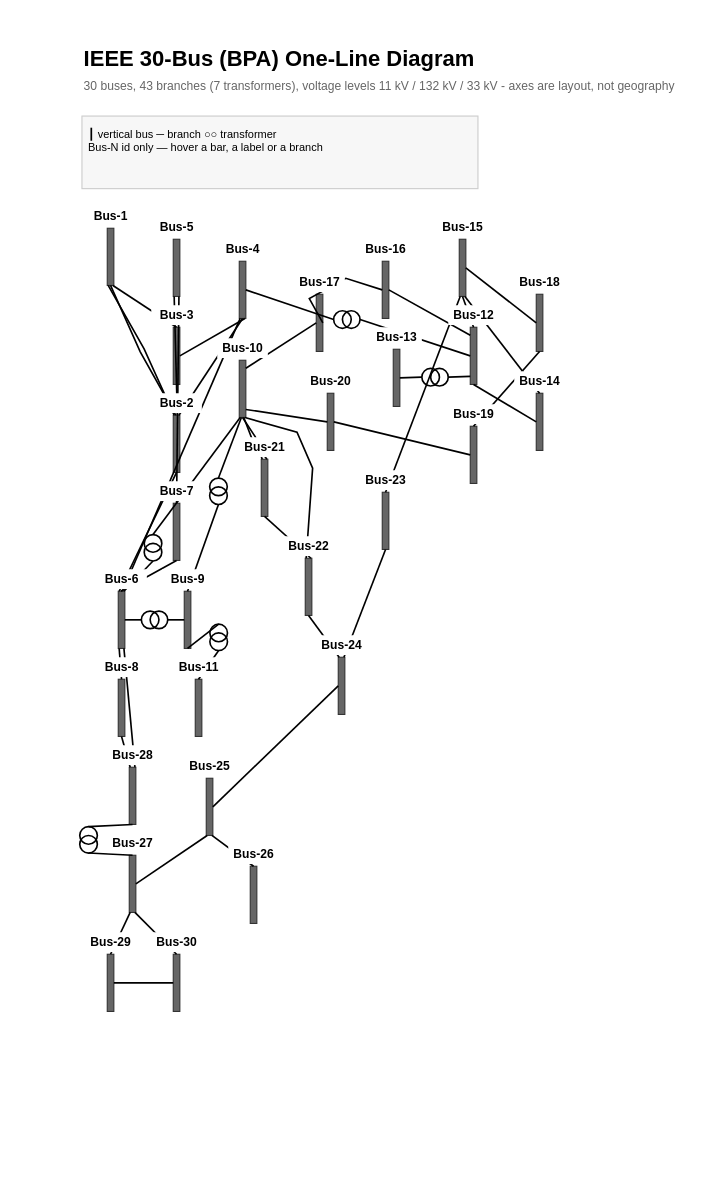
Above: wspace/data/bpa/IEEE30/diagram/ieee30-oneline.drawio in InterPSS-Project/ipss-agent (draw.io), before the change. Source tidied: cells renumbered, new cells numbered last; positions are measured from the earlier drawing's top-left corner, leaving out a move shared by most shapes. Both pictures are drawn from the tidied source at 110%, with x=0, y=0 at pixel (37, 19).
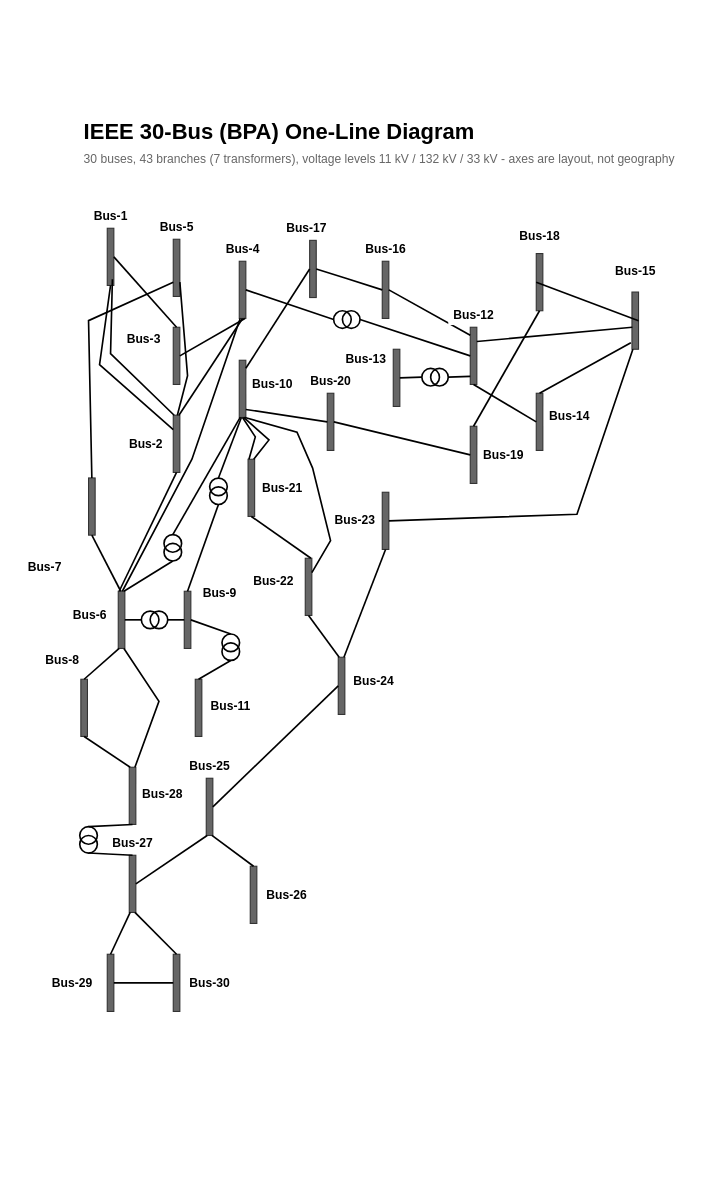
After the change.

Unchanged cells that the change refers to:
```xml
<mxCell id="7" style="rounded=0;fillColor=#666666;strokeColor=#333333;" parent="1" vertex="1">
  <mxGeometry x="63" y="190" width="6" height="52" as="geometry" />
</mxCell>
<mxCell id="8" style="rounded=0;fillColor=#666666;strokeColor=#333333;" parent="1" vertex="1">
  <mxGeometry x="123" y="360" width="6" height="52" as="geometry" />
</mxCell>
<mxCell id="9" style="rounded=0;fillColor=#666666;strokeColor=#333333;" parent="1" vertex="1">
  <mxGeometry x="123" y="280" width="6" height="52" as="geometry" />
</mxCell>
<mxCell id="10" style="rounded=0;fillColor=#666666;strokeColor=#333333;" parent="1" vertex="1">
  <mxGeometry x="183" y="220" width="6" height="52" as="geometry" />
</mxCell>
<mxCell id="11" style="rounded=0;fillColor=#666666;strokeColor=#333333;" parent="1" vertex="1">
  <mxGeometry x="123" y="200" width="6" height="52" as="geometry" />
</mxCell>
<mxCell id="12" style="rounded=0;fillColor=#666666;strokeColor=#333333;" parent="1" vertex="1">
  <mxGeometry x="73" y="520" width="6" height="52" as="geometry" />
</mxCell>
<mxCell id="15" style="rounded=0;fillColor=#666666;strokeColor=#333333;" parent="1" vertex="1">
  <mxGeometry x="133" y="520" width="6" height="52" as="geometry" />
</mxCell>
<mxCell id="16" style="rounded=0;fillColor=#666666;strokeColor=#333333;" parent="1" vertex="1">
  <mxGeometry x="183" y="310" width="6" height="52" as="geometry" />
</mxCell>
<mxCell id="18" style="rounded=0;fillColor=#666666;strokeColor=#333333;" parent="1" vertex="1">
  <mxGeometry x="393" y="280" width="6" height="52" as="geometry" />
</mxCell>
<mxCell id="20" style="rounded=0;fillColor=#666666;strokeColor=#333333;" parent="1" vertex="1">
  <mxGeometry x="453" y="340" width="6" height="52" as="geometry" />
</mxCell>
<mxCell id="22" style="rounded=0;fillColor=#666666;strokeColor=#333333;" parent="1" vertex="1">
  <mxGeometry x="313" y="220" width="6" height="52" as="geometry" />
</mxCell>
<mxCell id="28" style="rounded=0;fillColor=#666666;strokeColor=#333333;" parent="1" vertex="1">
  <mxGeometry x="243" y="490" width="6" height="52" as="geometry" />
</mxCell>
<mxCell id="29" style="rounded=0;fillColor=#666666;strokeColor=#333333;" parent="1" vertex="1">
  <mxGeometry x="313" y="430" width="6" height="52" as="geometry" />
</mxCell>
<mxCell id="34" style="rounded=0;fillColor=#666666;strokeColor=#333333;" parent="1" vertex="1">
  <mxGeometry x="83" y="680" width="6" height="52" as="geometry" />
</mxCell>
<mxCell id="94" style="ellipse;fillColor=none;strokeColor=#000000;strokeWidth=1.5;" parent="93" vertex="1">
  <mxGeometry width="16" height="16" as="geometry" />
</mxCell>
```

Change to the diagram source:
```diff
@@
     <mxCell id="2" style="rounded=0;fillColor=#FFFFFF;strokeColor=none;" parent="1" vertex="1">
-      <mxGeometry width="600" height="1000" as="geometry" />
+      <mxGeometry x="-14" y="54" width="600" height="1000" as="geometry" />
     </mxCell>
     <mxCell id="3" value="IEEE 30-Bus (BPA) One-Line Diagram" style="text;html=1;fontSize=20;fontStyle=1;fontColor=#000000;align=left;verticalAlign=middle;" parent="1" vertex="1">
-      <mxGeometry x="40" y="20" width="520" height="30" as="geometry" />
+      <mxGeometry x="40" y="86" width="520" height="30" as="geometry" />
     </mxCell>
     <mxCell id="4" value="30 buses, 43 branches (7 transformers), voltage levels 11 kV / 132 kV / 33 kV - axes are layout, not geography" style="text;html=1;fontSize=11;fontColor=#666666;align=left;verticalAlign=middle;" parent="1" vertex="1">
-      <mxGeometry x="40" y="52" width="520" height="18" as="geometry" />
+      <mxGeometry x="40" y="118" width="520" height="18" as="geometry" />
     </mxCell>
-    <mxCell id="5" style="rounded=0;fillColor=#F7F7F7;strokeColor=#CCCCCC;" parent="1" vertex="1">
-      <mxGeometry x="40" y="88" width="360" height="66" as="geometry" />
-    </mxCell>
-    <mxCell id="6" value="┃ vertical bus      ─ branch      ○○ transformer&lt;br&gt;Bus-N  id only — hover a bar, a label or a branch" style="text;html=1;fontSize=10;fontColor=#000000;align=left;verticalAlign=top;spacing=6;" parent="1" vertex="1">
-      <mxGeometry x="40" y="88" width="360" height="66" as="geometry" />
-    </mxCell>
@@
     <mxCell id="13" style="rounded=0;fillColor=#666666;strokeColor=#333333;" parent="1" vertex="1">
-      <mxGeometry x="123" y="440" width="6" height="52" as="geometry" />
+      <mxGeometry x="46" y="417" width="6" height="52" as="geometry" />
     </mxCell>
     <mxCell id="14" style="rounded=0;fillColor=#666666;strokeColor=#333333;" parent="1" vertex="1">
-      <mxGeometry x="73" y="600" width="6" height="52" as="geometry" />
+      <mxGeometry x="39" y="600" width="6" height="52" as="geometry" />
     </mxCell>
@@
     <mxCell id="21" style="rounded=0;fillColor=#666666;strokeColor=#333333;" parent="1" vertex="1">
-      <mxGeometry x="383" y="200" width="6" height="52" as="geometry" />
+      <mxGeometry x="540" y="248" width="6" height="52" as="geometry" />
     </mxCell>
@@
     <mxCell id="23" style="rounded=0;fillColor=#666666;strokeColor=#333333;" parent="1" vertex="1">
-      <mxGeometry x="253" y="250" width="6" height="52" as="geometry" />
+      <mxGeometry x="247" y="201" width="6" height="52" as="geometry" />
     </mxCell>
     <mxCell id="24" style="rounded=0;fillColor=#666666;strokeColor=#333333;" parent="1" vertex="1">
-      <mxGeometry x="453" y="250" width="6" height="52" as="geometry" />
+      <mxGeometry x="453" y="213" width="6" height="52" as="geometry" />
     </mxCell>
@@
     <mxCell id="27" style="rounded=0;fillColor=#666666;strokeColor=#333333;" parent="1" vertex="1">
-      <mxGeometry x="203" y="400" width="6" height="52" as="geometry" />
+      <mxGeometry x="191" y="400" width="6" height="52" as="geometry" />
     </mxCell>
@@
-    <mxCell id="37" style="endArrow=none;html=1;rounded=0;strokeColor=#000000;strokeWidth=1.5;exitX=0.14;exitY=1;entryX=0.14;entryY=0;" parent="1" edge="1" source="7" target="8">
+    <mxCell id="37" style="endArrow=none;html=1;rounded=0;strokeColor=#000000;strokeWidth=1.5;exitX=0.778;exitY=0.891;entryX=0.14;entryY=0;exitDx=0;exitDy=0;exitPerimeter=0;" parent="1" edge="1" source="7" target="8">
       <mxGeometry relative="1" as="geometry">
         <Array as="points">
-          <mxPoint x="96.5" y="299.6" />
+          <mxPoint x="66" y="304" />
         </Array>
       </mxGeometry>
     </mxCell>
-    <mxCell id="38" style="endArrow=none;html=1;rounded=0;strokeColor=#000000;strokeWidth=1.5;exitX=0.5;exitY=1;entryX=0.38;entryY=0;" parent="1" edge="1" source="7" target="8">
+    <mxCell id="38" style="endArrow=none;html=1;rounded=0;strokeColor=#000000;strokeWidth=1.5;exitX=0.5;exitY=1;entryX=0;entryY=0.25;entryDx=0;entryDy=0;" parent="1" edge="1" source="7" target="8">
       <mxGeometry relative="1" as="geometry">
         <Array as="points">
-          <mxPoint x="93" y="302.3" />
+          <mxPoint x="56" y="314" />
         </Array>
       </mxGeometry>
     </mxCell>
-    <mxCell id="39" style="endArrow=none;html=1;rounded=0;strokeColor=#000000;strokeWidth=1.5;exitX=0.86;exitY=1;entryX=0.5;entryY=0;" parent="1" edge="1" source="7" target="9">
+    <mxCell id="39" style="endArrow=none;html=1;rounded=0;strokeColor=#000000;strokeWidth=1.5;exitX=1;exitY=0.5;entryX=0.5;entryY=0;exitDx=0;exitDy=0;" parent="1" edge="1" source="7" target="9">
       <mxGeometry relative="1" as="geometry" />
     </mxCell>
@@
-    <mxCell id="42" style="endArrow=none;html=1;rounded=0;strokeColor=#000000;strokeWidth=1.5;exitX=0.62;exitY=0;entryX=0.14;entryY=1;" parent="1" edge="1" source="8" target="11">
-      <mxGeometry relative="1" as="geometry" />
+    <mxCell id="42" style="endArrow=none;html=1;rounded=0;strokeColor=#000000;strokeWidth=1.5;exitX=0.62;exitY=0;entryX=1;entryY=0.75;entryDx=0;entryDy=0;" parent="1" edge="1" source="8" target="11">
+      <mxGeometry relative="1" as="geometry">
+        <Array as="points">
+          <mxPoint x="136" y="324" />
+        </Array>
+      </mxGeometry>
     </mxCell>
@@
     <mxCell id="44" style="endArrow=none;html=1;rounded=0;strokeColor=#000000;strokeWidth=1.5;exitX=0.14;exitY=1;entryX=0.62;entryY=0;" parent="1" edge="1" source="10" target="12">
-      <mxGeometry relative="1" as="geometry" />
+      <mxGeometry relative="1" as="geometry">
+        <Array as="points">
+          <mxPoint x="140" y="400" />
+        </Array>
+      </mxGeometry>
     </mxCell>
-    <mxCell id="45" style="endArrow=none;html=1;rounded=0;strokeColor=#000000;strokeWidth=1.5;exitX=0.86;exitY=1;entryX=0.5;entryY=0;" parent="1" edge="1" source="11" target="13">
-      <mxGeometry relative="1" as="geometry" />
+    <mxCell id="45" style="endArrow=none;html=1;rounded=0;strokeColor=#000000;strokeWidth=1.5;exitX=0;exitY=0.75;entryX=0.5;entryY=0;exitDx=0;exitDy=0;" parent="1" edge="1" source="11" target="13">
+      <mxGeometry relative="1" as="geometry">
+        <Array as="points">
+          <mxPoint x="46" y="274" />
+        </Array>
+      </mxGeometry>
     </mxCell>
@@
-    <mxCell id="49" style="endArrow=none;html=1;rounded=0;strokeColor=#000000;strokeWidth=1.5;exitX=0.5;exitY=0;entryX=0.5;entryY=1;" parent="1" edge="1" source="18" target="21">
+    <mxCell id="49" style="endArrow=none;html=1;rounded=0;strokeColor=#000000;strokeWidth=1.5;exitX=1;exitY=0.25;entryX=0.056;entryY=0.615;entryDx=0;entryDy=0;exitDx=0;exitDy=0;entryPerimeter=0;" parent="1" edge="1" source="18" target="21">
       <mxGeometry relative="1" as="geometry" />
     </mxCell>
@@
-    <mxCell id="51" style="endArrow=none;html=1;rounded=0;strokeColor=#000000;strokeWidth=1.5;exitX=0.5;exitY=0;entryX=0.86;entryY=1;" parent="1" edge="1" source="20" target="21">
+    <mxCell id="51" style="endArrow=none;html=1;rounded=0;strokeColor=#000000;strokeWidth=1.5;exitX=0.5;exitY=0;entryX=-0.167;entryY=0.885;entryDx=0;entryDy=0;entryPerimeter=0;" parent="1" edge="1" source="20" target="21">
       <mxGeometry relative="1" as="geometry" />
     </mxCell>
     <mxCell id="52" style="endArrow=none;html=1;rounded=0;strokeColor=#000000;strokeWidth=1.5;exitX=0;exitY=0.5;entryX=1;entryY=0.5;" parent="1" edge="1" source="22" target="23">
       <mxGeometry relative="1" as="geometry">
         <Array as="points">
           <mxPoint x="279.9" y="235.5" />
-          <mxPoint x="246.7" y="253.9" />
         </Array>
       </mxGeometry>
     </mxCell>
@@
     <mxCell id="59" style="endArrow=none;html=1;rounded=0;strokeColor=#000000;strokeWidth=1.5;exitX=0.68;exitY=1;entryX=0.86;entryY=0;" parent="1" edge="1" source="16" target="27">
       <mxGeometry relative="1" as="geometry">
         <Array as="points">
-          <mxPoint x="195" y="382.5" />
+          <mxPoint x="210" y="382.4" />
         </Array>
       </mxGeometry>
     </mxCell>
-    <mxCell id="60" style="endArrow=none;html=1;rounded=0;strokeColor=#000000;strokeWidth=1.5;exitX=0.86;exitY=1;entryX=0.14;entryY=0;" parent="1" edge="1" source="16" target="28">
+    <mxCell id="60" style="endArrow=none;html=1;rounded=0;strokeColor=#000000;strokeWidth=1.5;exitX=0.86;exitY=1;entryX=1;entryY=0.25;entryDx=0;entryDy=0;" parent="1" edge="1" source="16" target="28">
       <mxGeometry relative="1" as="geometry">
         <Array as="points">
           <mxPoint x="235.5" y="375.4" />
           <mxPoint x="249.7" y="408" />
+          <mxPoint x="266" y="474" />
         </Array>
       </mxGeometry>
     </mxCell>
@@
-    <mxCell id="62" style="endArrow=none;html=1;rounded=0;strokeColor=#000000;strokeWidth=1.5;exitX=0.14;exitY=1;entryX=0.5;entryY=0;" parent="1" edge="1" source="21" target="29">
-      <mxGeometry relative="1" as="geometry" />
+    <mxCell id="62" style="endArrow=none;html=1;rounded=0;strokeColor=#000000;strokeWidth=1.5;exitX=0.14;exitY=1;entryX=1;entryY=0.5;entryDx=0;entryDy=0;" parent="1" edge="1" source="21" target="29">
+      <mxGeometry relative="1" as="geometry">
+        <Array as="points">
+          <mxPoint x="490" y="450" />
+        </Array>
+      </mxGeometry>
     </mxCell>
@@
     <mxCell id="72" style="endArrow=none;html=1;rounded=0;strokeColor=#000000;strokeWidth=1.5;exitX=0.86;exitY=1;entryX=0.86;entryY=0;" parent="1" edge="1" source="12" target="34">
-      <mxGeometry relative="1" as="geometry" />
+      <mxGeometry relative="1" as="geometry">
+        <Array as="points">
+          <mxPoint x="110" y="620" />
+        </Array>
+      </mxGeometry>
     </mxCell>
@@
-    <mxCell id="77" style="endArrow=none;html=1;rounded=0;strokeColor=#000000;strokeWidth=1.5;exitX=0.5;exitY=1;entryX=0.5;entryY=0;" parent="1" edge="1" source="15" target="94">
+    <mxCell id="77" style="endArrow=none;html=1;rounded=0;strokeColor=#000000;strokeWidth=1.5;exitX=1;exitY=0.5;entryX=0.5;entryY=0;exitDx=0;exitDy=0;" parent="1" edge="1" source="15" target="94">
       <mxGeometry relative="1" as="geometry" />
     </mxCell>
@@
     <mxCell id="87" style="group;" parent="1" vertex="1">
-      <mxGeometry x="96.6" y="468.5" width="16" height="24" as="geometry" />
+      <mxGeometry x="114.6" y="468.5" width="16" height="24" as="geometry" />
     </mxCell>
@@
     <mxCell id="93" style="group;" parent="1" vertex="1">
-      <mxGeometry x="156.3" y="549.9" width="16" height="24" as="geometry" />
+      <mxGeometry x="167.3" y="558.9" width="16" height="24" as="geometry" />
     </mxCell>
@@
     <mxCell id="109" value="Bus-2" style="rounded=0;fillColor=#FFFFFF;strokeColor=none;html=1;align=center;verticalAlign=middle;fontSize=11;fontStyle=1;fontColor=#000000;" parent="1" vertex="1">
-      <mxGeometry x="103" y="340" width="46" height="18" as="geometry" />
+      <mxGeometry x="75" y="377" width="46" height="18" as="geometry" />
     </mxCell>
     <mxCell id="110" value="Bus-3" style="rounded=0;fillColor=#FFFFFF;strokeColor=none;html=1;align=center;verticalAlign=middle;fontSize=11;fontStyle=1;fontColor=#000000;" parent="1" vertex="1">
-      <mxGeometry x="103" y="260" width="46" height="18" as="geometry" />
+      <mxGeometry x="73" y="282" width="46" height="18" as="geometry" />
     </mxCell>
@@
     <mxCell id="113" value="Bus-6" style="rounded=0;fillColor=#FFFFFF;strokeColor=none;html=1;align=center;verticalAlign=middle;fontSize=11;fontStyle=1;fontColor=#000000;" parent="1" vertex="1">
-      <mxGeometry x="53" y="500" width="46" height="18" as="geometry" />
+      <mxGeometry x="24" y="533" width="46" height="18" as="geometry" />
     </mxCell>
     <mxCell id="114" value="Bus-7" style="rounded=0;fillColor=#FFFFFF;strokeColor=none;html=1;align=center;verticalAlign=middle;fontSize=11;fontStyle=1;fontColor=#000000;" parent="1" vertex="1">
-      <mxGeometry x="103" y="420" width="46" height="18" as="geometry" />
+      <mxGeometry x="-17" y="489" width="46" height="18" as="geometry" />
     </mxCell>
     <mxCell id="115" value="Bus-8" style="rounded=0;fillColor=#FFFFFF;strokeColor=none;html=1;align=center;verticalAlign=middle;fontSize=11;fontStyle=1;fontColor=#000000;" parent="1" vertex="1">
-      <mxGeometry x="53" y="580" width="46" height="18" as="geometry" />
+      <mxGeometry x="-1" y="573.9" width="46" height="18" as="geometry" />
     </mxCell>
     <mxCell id="116" value="Bus-9" style="rounded=0;fillColor=#FFFFFF;strokeColor=none;html=1;align=center;verticalAlign=middle;fontSize=11;fontStyle=1;fontColor=#000000;" parent="1" vertex="1">
-      <mxGeometry x="113" y="500" width="46" height="18" as="geometry" />
+      <mxGeometry x="142" y="513" width="46" height="18" as="geometry" />
     </mxCell>
     <mxCell id="117" value="Bus-10" style="rounded=0;fillColor=#FFFFFF;strokeColor=none;html=1;align=center;verticalAlign=middle;fontSize=11;fontStyle=1;fontColor=#000000;" parent="1" vertex="1">
-      <mxGeometry x="163" y="290" width="46" height="18" as="geometry" />
+      <mxGeometry x="190" y="323" width="46" height="18" as="geometry" />
     </mxCell>
     <mxCell id="118" value="Bus-11" style="rounded=0;fillColor=#FFFFFF;strokeColor=none;html=1;align=center;verticalAlign=middle;fontSize=11;fontStyle=1;fontColor=#000000;" parent="1" vertex="1">
-      <mxGeometry x="123" y="580" width="46" height="18" as="geometry" />
+      <mxGeometry x="152" y="615" width="46" height="18" as="geometry" />
     </mxCell>
@@
     <mxCell id="120" value="Bus-13" style="rounded=0;fillColor=#FFFFFF;strokeColor=none;html=1;align=center;verticalAlign=middle;fontSize=11;fontStyle=1;fontColor=#000000;" parent="1" vertex="1">
-      <mxGeometry x="303" y="280" width="46" height="18" as="geometry" />
+      <mxGeometry x="275" y="300" width="46" height="18" as="geometry" />
     </mxCell>
     <mxCell id="121" value="Bus-14" style="rounded=0;fillColor=#FFFFFF;strokeColor=none;html=1;align=center;verticalAlign=middle;fontSize=11;fontStyle=1;fontColor=#000000;" parent="1" vertex="1">
-      <mxGeometry x="433" y="320" width="46" height="18" as="geometry" />
+      <mxGeometry x="460" y="352" width="46" height="18" as="geometry" />
     </mxCell>
     <mxCell id="122" value="Bus-15" style="rounded=0;fillColor=#FFFFFF;strokeColor=none;html=1;align=center;verticalAlign=middle;fontSize=11;fontStyle=1;fontColor=#000000;" parent="1" vertex="1">
-      <mxGeometry x="363" y="180" width="46" height="18" as="geometry" />
+      <mxGeometry x="520" y="220" width="46" height="18" as="geometry" />
     </mxCell>
@@
     <mxCell id="124" value="Bus-17" style="rounded=0;fillColor=#FFFFFF;strokeColor=none;html=1;align=center;verticalAlign=middle;fontSize=11;fontStyle=1;fontColor=#000000;" parent="1" vertex="1">
-      <mxGeometry x="233" y="230" width="46" height="18" as="geometry" />
+      <mxGeometry x="221" y="181" width="46" height="18" as="geometry" />
     </mxCell>
     <mxCell id="125" value="Bus-18" style="rounded=0;fillColor=#FFFFFF;strokeColor=none;html=1;align=center;verticalAlign=middle;fontSize=11;fontStyle=1;fontColor=#000000;" parent="1" vertex="1">
-      <mxGeometry x="433" y="230" width="46" height="18" as="geometry" />
+      <mxGeometry x="433" y="188" width="46" height="18" as="geometry" />
     </mxCell>
     <mxCell id="126" value="Bus-19" style="rounded=0;fillColor=#FFFFFF;strokeColor=none;html=1;align=center;verticalAlign=middle;fontSize=11;fontStyle=1;fontColor=#000000;" parent="1" vertex="1">
-      <mxGeometry x="373" y="350" width="46" height="18" as="geometry" />
+      <mxGeometry x="400" y="387" width="46" height="18" as="geometry" />
     </mxCell>
@@
     <mxCell id="128" value="Bus-21" style="rounded=0;fillColor=#FFFFFF;strokeColor=none;html=1;align=center;verticalAlign=middle;fontSize=11;fontStyle=1;fontColor=#000000;" parent="1" vertex="1">
-      <mxGeometry x="183" y="380" width="46" height="18" as="geometry" />
+      <mxGeometry x="199" y="417.1" width="46" height="18" as="geometry" />
     </mxCell>
     <mxCell id="129" value="Bus-22" style="rounded=0;fillColor=#FFFFFF;strokeColor=none;html=1;align=center;verticalAlign=middle;fontSize=11;fontStyle=1;fontColor=#000000;" parent="1" vertex="1">
-      <mxGeometry x="223" y="470" width="46" height="18" as="geometry" />
+      <mxGeometry x="191" y="502" width="46" height="18" as="geometry" />
     </mxCell>
     <mxCell id="130" value="Bus-23" style="rounded=0;fillColor=#FFFFFF;strokeColor=none;html=1;align=center;verticalAlign=middle;fontSize=11;fontStyle=1;fontColor=#000000;" parent="1" vertex="1">
-      <mxGeometry x="293" y="410" width="46" height="18" as="geometry" />
+      <mxGeometry x="265" y="446" width="46" height="18" as="geometry" />
     </mxCell>
     <mxCell id="131" value="Bus-24" style="rounded=0;fillColor=#FFFFFF;strokeColor=none;html=1;align=center;verticalAlign=middle;fontSize=11;fontStyle=1;fontColor=#000000;" parent="1" vertex="1">
-      <mxGeometry x="253" y="560" width="46" height="18" as="geometry" />
+      <mxGeometry x="282" y="593" width="46" height="18" as="geometry" />
     </mxCell>
@@
     <mxCell id="133" value="Bus-26" style="rounded=0;fillColor=#FFFFFF;strokeColor=none;html=1;align=center;verticalAlign=middle;fontSize=11;fontStyle=1;fontColor=#000000;" parent="1" vertex="1">
-      <mxGeometry x="173" y="750" width="46" height="18" as="geometry" />
+      <mxGeometry x="203" y="787" width="46" height="18" as="geometry" />
     </mxCell>
@@
     <mxCell id="135" value="Bus-28" style="rounded=0;fillColor=#FFFFFF;strokeColor=none;html=1;align=center;verticalAlign=middle;fontSize=11;fontStyle=1;fontColor=#000000;" parent="1" vertex="1">
-      <mxGeometry x="63" y="660" width="46" height="18" as="geometry" />
+      <mxGeometry x="90" y="695" width="46" height="18" as="geometry" />
     </mxCell>
     <mxCell id="136" value="Bus-29" style="rounded=0;fillColor=#FFFFFF;strokeColor=none;html=1;align=center;verticalAlign=middle;fontSize=11;fontStyle=1;fontColor=#000000;" parent="1" vertex="1">
-      <mxGeometry x="43" y="830" width="46" height="18" as="geometry" />
+      <mxGeometry x="8" y="867" width="46" height="18" as="geometry" />
     </mxCell>
     <mxCell id="137" value="Bus-30" style="rounded=0;fillColor=#FFFFFF;strokeColor=none;html=1;align=center;verticalAlign=middle;fontSize=11;fontStyle=1;fontColor=#000000;" parent="1" vertex="1">
-      <mxGeometry x="103" y="830" width="46" height="18" as="geometry" />
+      <mxGeometry x="133" y="867" width="46" height="18" as="geometry" />
     </mxCell>
```
